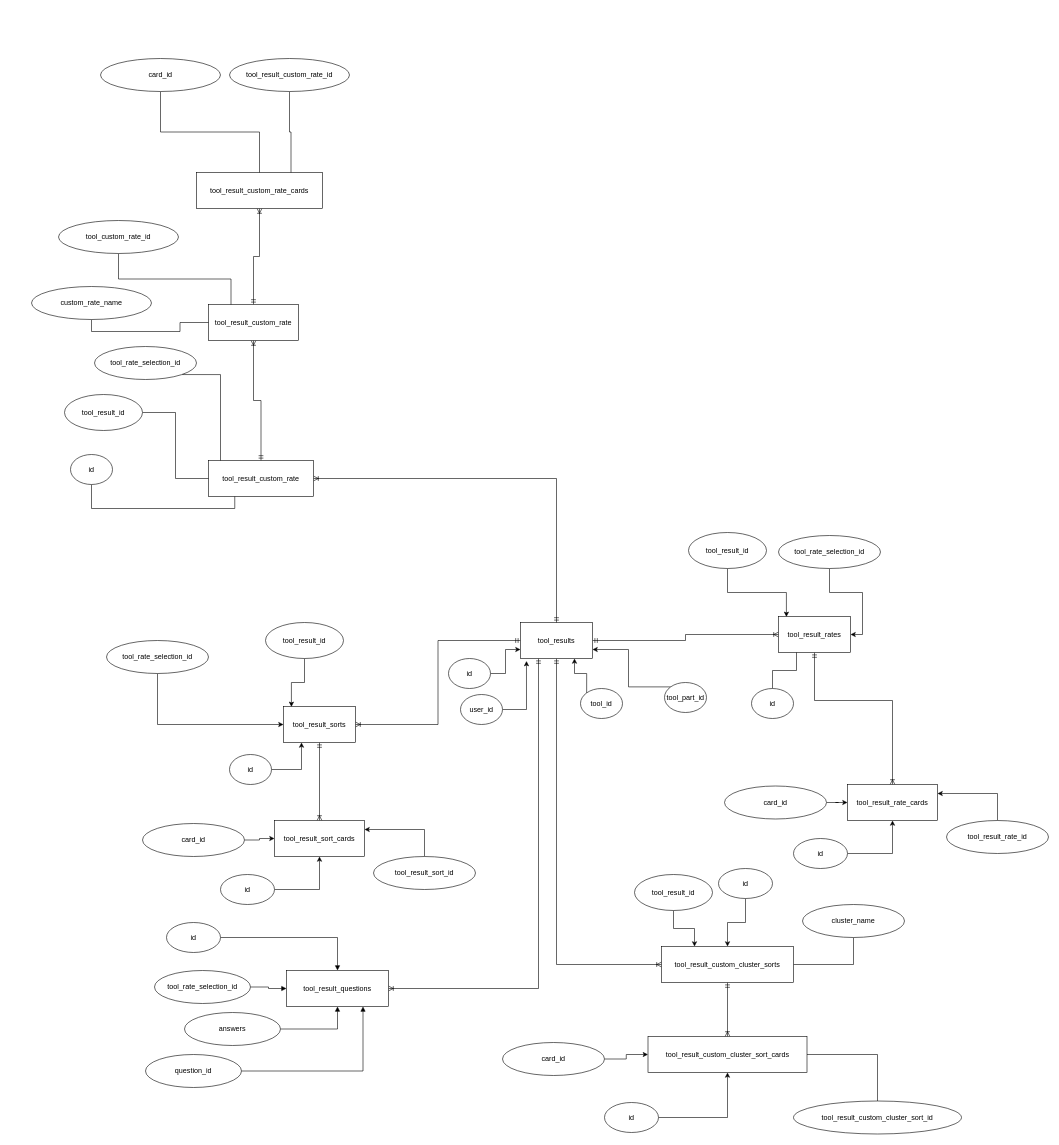
janpaulalmanoche/zz keeps this draw.io diagram as Untitled Diagram.drawio. Above is the earlier version. Source tidied: cells renumbered, new cells numbered last; positions are measured from the earlier drawing's top-left corner, leaving out a move shared by most shapes. Both pictures are drawn from the tidied source at 60%, with x=0, y=0 at pixel (31, 58).
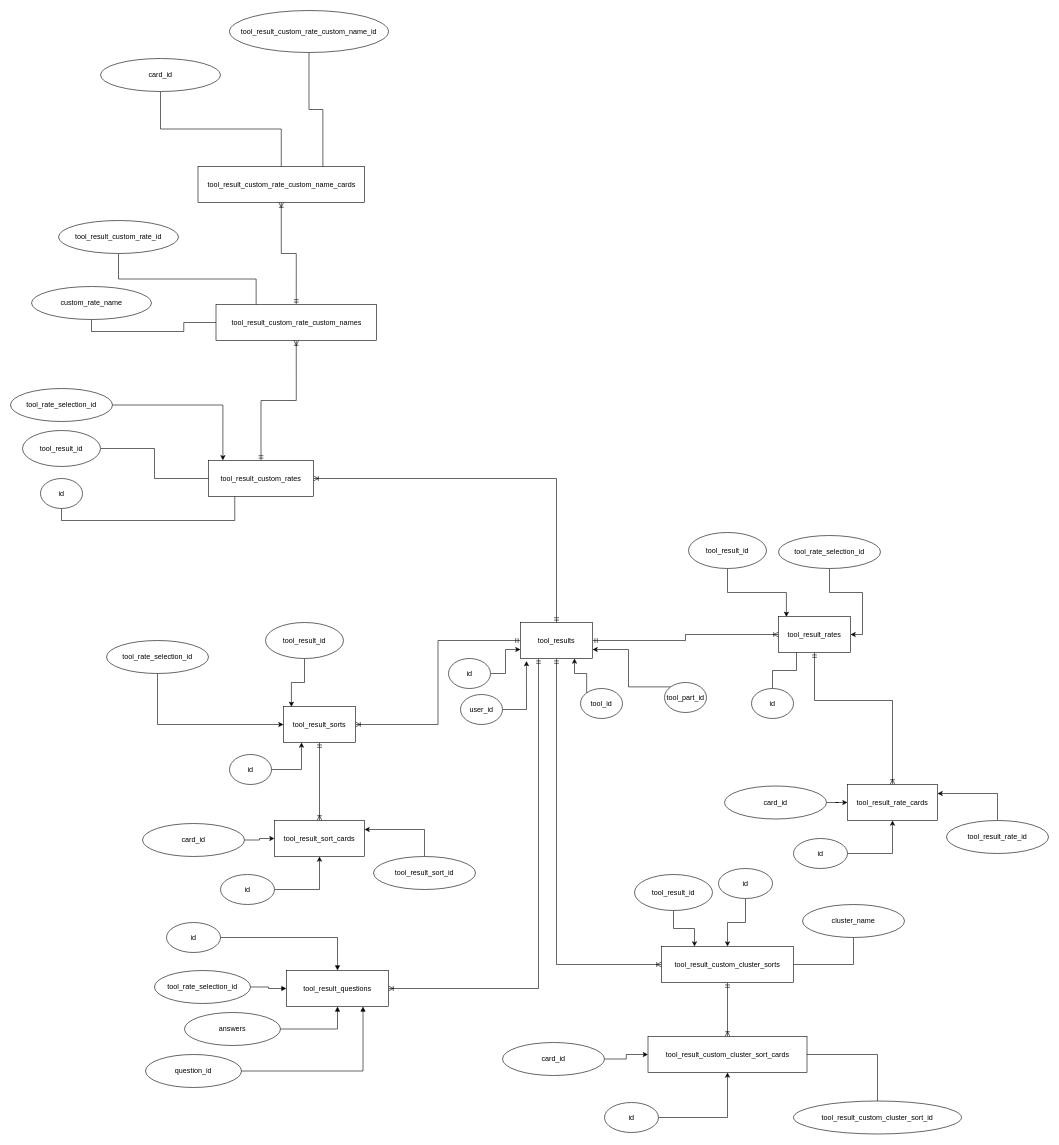
After the change.

The edit, as a diff of the source:
```diff
@@
-    <mxCell id="71" value="tool_result_custom_rate" style="rounded=0;whiteSpace=wrap;html=1;" parent="1" vertex="1">
+    <mxCell id="71" value="tool_result_custom_rates" style="rounded=0;whiteSpace=wrap;html=1;" parent="1" vertex="1">
       <mxGeometry x="295" y="670" width="175" height="60" as="geometry" />
     </mxCell>
@@
     <mxCell id="73" value="tool_result_id" style="ellipse;whiteSpace=wrap;html=1;" parent="1" vertex="1">
-      <mxGeometry x="55" y="560" width="130" height="60" as="geometry" />
+      <mxGeometry x="-15" y="620" width="130" height="60" as="geometry" />
     </mxCell>
-    <mxCell id="74" style="edgeStyle=orthogonalEdgeStyle;rounded=0;jettySize=auto;html=1;exitX=1;exitY=1;exitDx=0;exitDy=0;startArrow=none;startFill=0;endArrow=none;endFill=0;" parent="1" edge="1" source="75" target="71">
-      <mxGeometry relative="1" as="geometry">
-        <Array as="points">
-          <mxPoint x="315" y="527" />
-        </Array>
-      </mxGeometry>
+    <mxCell id="74" style="edgeStyle=orthogonalEdgeStyle;rounded=0;jettySize=auto;html=1;exitX=1;exitY=0.5;exitDx=0;exitDy=0;entryX=0.137;entryY=-0.004;entryDx=0;entryDy=0;entryPerimeter=0;" parent="1" edge="1" source="75" target="71">
+      <mxGeometry relative="1" as="geometry" />
     </mxCell>
     <mxCell id="75" value="tool_rate_selection_id" style="ellipse;whiteSpace=wrap;html=1;" parent="1" vertex="1">
-      <mxGeometry x="105" y="480" width="170" height="55" as="geometry" />
+      <mxGeometry x="-35" y="550" width="170" height="55" as="geometry" />
     </mxCell>
@@
     <mxCell id="77" value="id" style="ellipse;whiteSpace=wrap;html=1;" parent="1" vertex="1">
-      <mxGeometry x="65" y="660" width="70" height="50" as="geometry" />
+      <mxGeometry x="15" y="700" width="70" height="50" as="geometry" />
     </mxCell>
@@
-    <mxCell id="79" value="tool_result_custom_rate" style="rounded=0;whiteSpace=wrap;html=1;" parent="1" vertex="1">
-      <mxGeometry x="295" y="410" width="150" height="60" as="geometry" />
+    <mxCell id="79" value="tool_result_custom_rate_custom_names" style="rounded=0;whiteSpace=wrap;html=1;" parent="1" vertex="1">
+      <mxGeometry x="307.5" y="410" width="267.5" height="60" as="geometry" />
     </mxCell>
@@
-    <mxCell id="81" value="tool_custom_rate_id" style="ellipse;whiteSpace=wrap;html=1;" parent="1" vertex="1">
+    <mxCell id="81" value="tool_result_custom_rate_id" style="ellipse;whiteSpace=wrap;html=1;" parent="1" vertex="1">
       <mxGeometry x="45" y="270" width="200" height="55" as="geometry" />
     </mxCell>
@@
-    <mxCell id="84" value="tool_result_custom_rate_cards" style="rounded=0;whiteSpace=wrap;html=1;" parent="1" vertex="1">
-      <mxGeometry x="275" y="190" width="210" height="60" as="geometry" />
+    <mxCell id="84" value="tool_result_custom_rate_custom_name_cards" style="rounded=0;whiteSpace=wrap;html=1;" parent="1" vertex="1">
+      <mxGeometry x="277.5" y="180" width="277.5" height="60" as="geometry" />
     </mxCell>
@@
-    <mxCell id="88" value="tool_result_custom_rate_id" style="ellipse;whiteSpace=wrap;html=1;" parent="1" vertex="1">
-      <mxGeometry x="330" width="200" height="55" as="geometry" />
+    <mxCell id="88" value="tool_result_custom_rate_custom_name_id" style="ellipse;whiteSpace=wrap;html=1;" parent="1" vertex="1">
+      <mxGeometry x="330" y="-80" width="265" height="70" as="geometry" />
     </mxCell>
```
